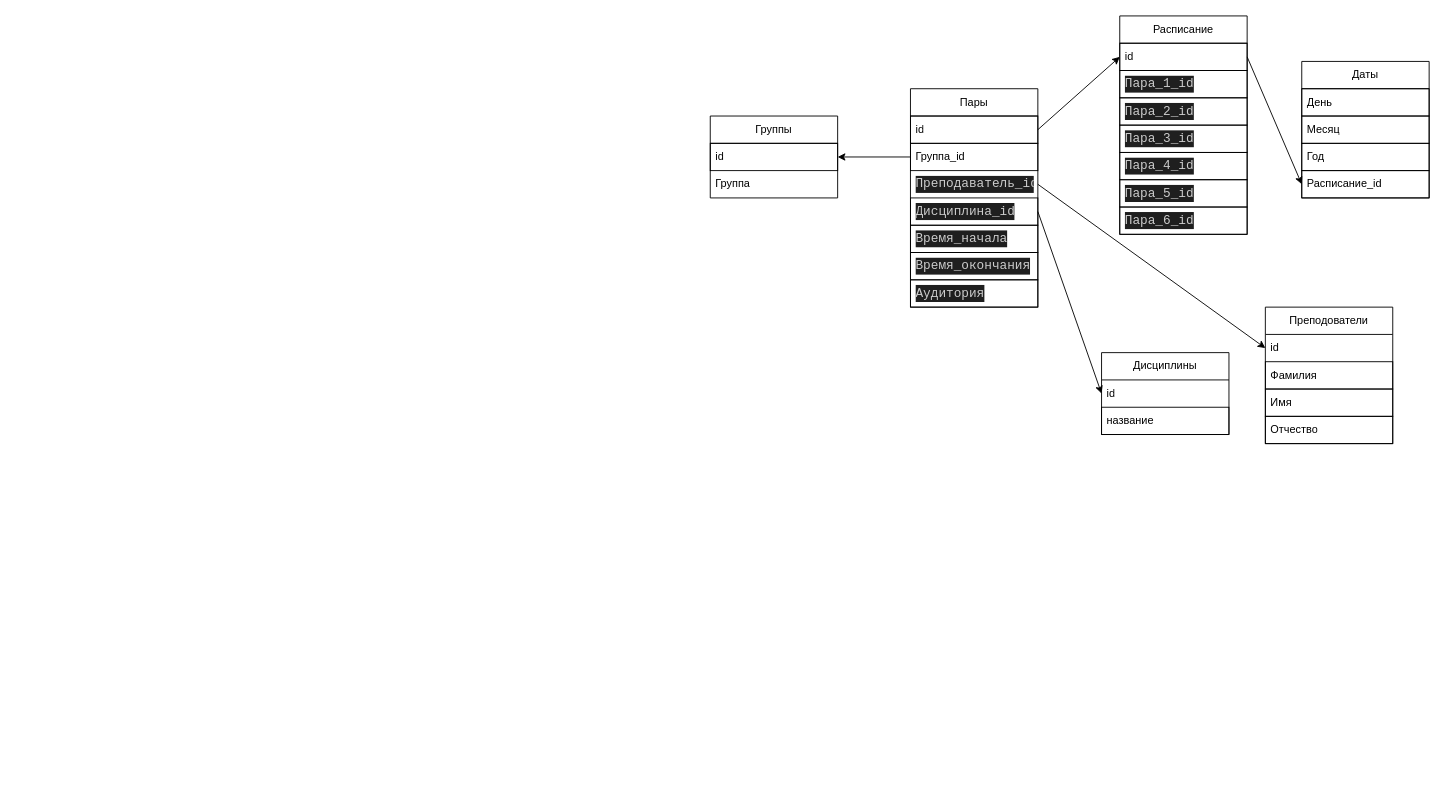
Before: sheme.drawio in N1k100n/tg.bot, a draw.io diagram. Source tidied: cells renumbered, new cells numbered last; positions are measured from the earlier drawing's top-left corner, leaving out a move shared by most shapes. Both pictures are drawn from the tidied source at 91%, with x=0, y=0 at pixel (710, 15).
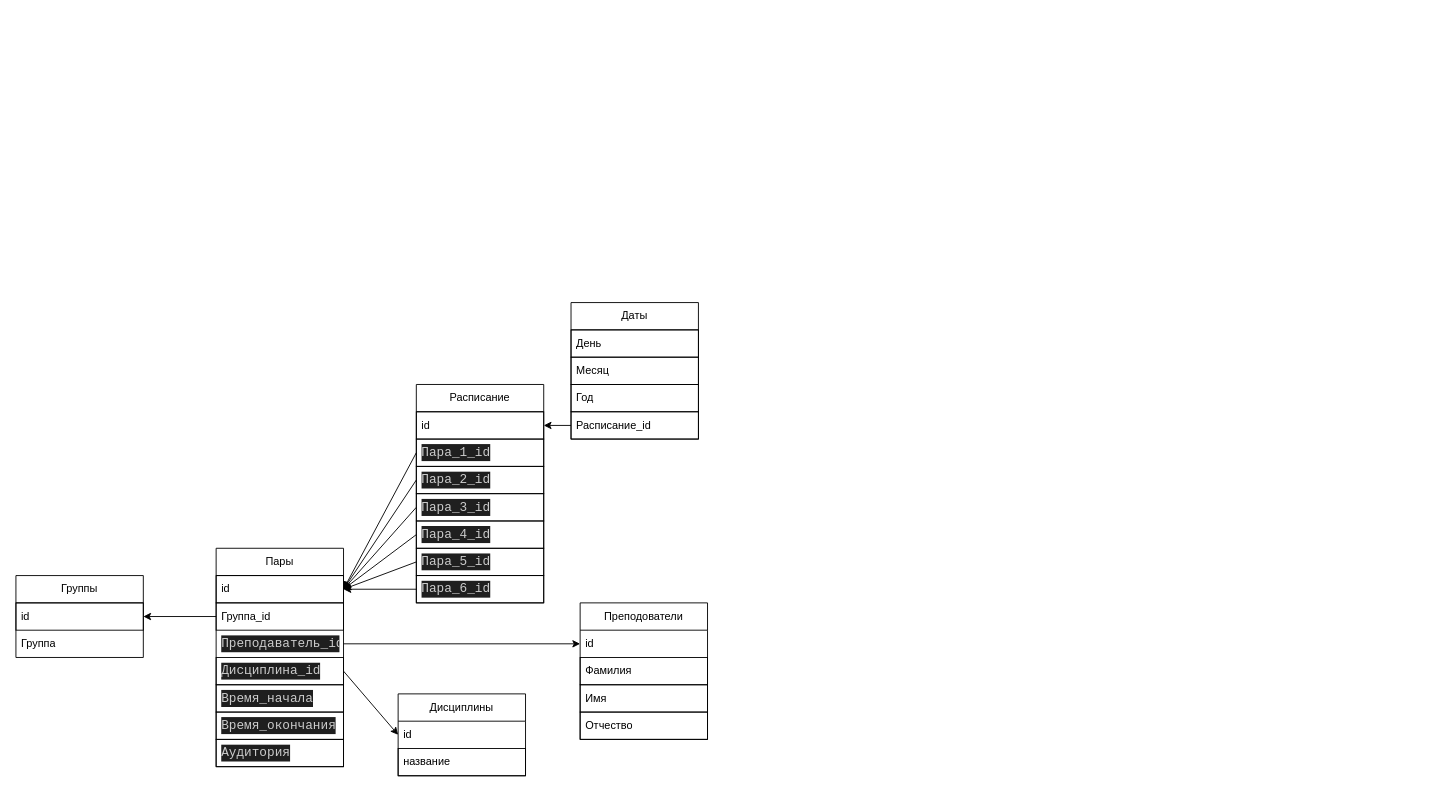
The same page after the edit.

Commit message:
Поменял связи в схеме

Unchanged cells that the change refers to:
```xml
<mxCell id="3" value="id" style="text;strokeColor=default;fillColor=none;align=left;verticalAlign=middle;spacingLeft=4;spacingRight=4;overflow=hidden;points=[[0,0.5],[1,0.5]];portConstraint=eastwest;whiteSpace=wrap;html=1;" parent="2" vertex="1">
  <mxGeometry y="30" width="140" height="30" as="geometry" />
</mxCell>
<mxCell id="4" value="&lt;div style=&quot;color: rgb(204, 204, 204); background-color: rgb(31, 31, 31); font-family: Consolas, &amp;quot;Courier New&amp;quot;, monospace; font-size: 14px; line-height: 19px;&quot;&gt;Пара_1_id&lt;/div&gt;" style="text;strokeColor=default;fillColor=none;align=left;verticalAlign=middle;spacingLeft=4;spacingRight=4;overflow=hidden;points=[[0,0.5],[1,0.5]];portConstraint=eastwest;whiteSpace=wrap;html=1;" parent="2" vertex="1">
  <mxGeometry y="60" width="140" height="30" as="geometry" />
</mxCell>
<mxCell id="5" value="&lt;div style=&quot;color: rgb(204, 204, 204); background-color: rgb(31, 31, 31); font-family: Consolas, &amp;quot;Courier New&amp;quot;, monospace; font-size: 14px; line-height: 19px;&quot;&gt;Пара_2_id&lt;/div&gt;" style="text;strokeColor=default;fillColor=none;align=left;verticalAlign=middle;spacingLeft=4;spacingRight=4;overflow=hidden;points=[[0,0.5],[1,0.5]];portConstraint=eastwest;whiteSpace=wrap;html=1;" parent="2" vertex="1">
  <mxGeometry y="90" width="140" height="30" as="geometry" />
</mxCell>
<mxCell id="6" value="&lt;div style=&quot;color: rgb(204, 204, 204); background-color: rgb(31, 31, 31); font-family: Consolas, &amp;quot;Courier New&amp;quot;, monospace; font-size: 14px; line-height: 19px;&quot;&gt;Пара_3_id&lt;/div&gt;" style="text;strokeColor=default;fillColor=none;align=left;verticalAlign=middle;spacingLeft=4;spacingRight=4;overflow=hidden;points=[[0,0.5],[1,0.5]];portConstraint=eastwest;whiteSpace=wrap;html=1;" parent="2" vertex="1">
  <mxGeometry y="120" width="140" height="30" as="geometry" />
</mxCell>
<mxCell id="7" value="&lt;div style=&quot;color: rgb(204, 204, 204); background-color: rgb(31, 31, 31); font-family: Consolas, &amp;quot;Courier New&amp;quot;, monospace; font-size: 14px; line-height: 19px;&quot;&gt;Пара_4_id&lt;/div&gt;" style="text;strokeColor=default;fillColor=none;align=left;verticalAlign=middle;spacingLeft=4;spacingRight=4;overflow=hidden;points=[[0,0.5],[1,0.5]];portConstraint=eastwest;whiteSpace=wrap;html=1;" parent="2" vertex="1">
  <mxGeometry y="150" width="140" height="30" as="geometry" />
</mxCell>
<mxCell id="8" value="&lt;div style=&quot;color: rgb(204, 204, 204); background-color: rgb(31, 31, 31); font-family: Consolas, &amp;quot;Courier New&amp;quot;, monospace; font-size: 14px; line-height: 19px;&quot;&gt;Пара_5_id&lt;/div&gt;" style="text;strokeColor=default;fillColor=none;align=left;verticalAlign=middle;spacingLeft=4;spacingRight=4;overflow=hidden;points=[[0,0.5],[1,0.5]];portConstraint=eastwest;whiteSpace=wrap;html=1;" parent="2" vertex="1">
  <mxGeometry y="180" width="140" height="30" as="geometry" />
</mxCell>
<mxCell id="9" value="&lt;div style=&quot;color: rgb(204, 204, 204); background-color: rgb(31, 31, 31); font-family: Consolas, &amp;quot;Courier New&amp;quot;, monospace; font-size: 14px; line-height: 19px;&quot;&gt;&lt;div style=&quot;line-height: 19px;&quot;&gt;Пара_6_id&lt;/div&gt;&lt;/div&gt;" style="text;strokeColor=default;fillColor=none;align=left;verticalAlign=middle;spacingLeft=4;spacingRight=4;overflow=hidden;points=[[0,0.5],[1,0.5]];portConstraint=eastwest;whiteSpace=wrap;html=1;" parent="2" vertex="1">
  <mxGeometry y="210" width="140" height="30" as="geometry" />
</mxCell>
<mxCell id="19" value="id" style="text;strokeColor=default;fillColor=none;align=left;verticalAlign=middle;spacingLeft=4;spacingRight=4;overflow=hidden;points=[[0,0.5],[1,0.5]];portConstraint=eastwest;whiteSpace=wrap;html=1;" parent="18" vertex="1">
  <mxGeometry y="30" width="140" height="30" as="geometry" />
</mxCell>
<mxCell id="30" value="Расписание_id" style="text;strokeColor=default;fillColor=none;align=left;verticalAlign=middle;spacingLeft=4;spacingRight=4;overflow=hidden;points=[[0,0.5],[1,0.5]];portConstraint=eastwest;whiteSpace=wrap;html=1;" parent="26" vertex="1">
  <mxGeometry y="120" width="140" height="30" as="geometry" />
</mxCell>
```

Diff of the diagram source:
```diff
@@
     <mxCell id="2" value="Расписание" style="swimlane;fontStyle=0;horizontal=1;startSize=30;whiteSpace=wrap;html=1;" parent="1" vertex="1">
-      <mxGeometry x="450" width="140" height="240" as="geometry" />
+      <mxGeometry x="-323" y="405" width="140" height="240" as="geometry" />
     </mxCell>
@@
     <mxCell id="10" value="Группы" style="swimlane;fontStyle=0;horizontal=1;startSize=30;whiteSpace=wrap;html=1;strokeColor=default;fillColor=default;" parent="1" vertex="1">
-      <mxGeometry y="110" width="140" height="90" as="geometry" />
+      <mxGeometry x="-763" y="615" width="140" height="90" as="geometry" />
     </mxCell>
@@
     <mxCell id="13" value="Преподователи" style="swimlane;fontStyle=0;horizontal=1;startSize=30;whiteSpace=wrap;html=1;strokeColor=default;fillColor=default;" parent="1" vertex="1">
-      <mxGeometry x="610" y="320" width="140" height="150" as="geometry" />
+      <mxGeometry x="-143" y="645" width="140" height="150" as="geometry" />
     </mxCell>
@@
     <mxCell id="18" value="Пары" style="swimlane;fontStyle=0;horizontal=1;startSize=30;whiteSpace=wrap;html=1;strokeColor=default;fillColor=default;" parent="1" vertex="1">
-      <mxGeometry x="220" y="80" width="140" height="240" as="geometry" />
+      <mxGeometry x="-543" y="585" width="140" height="240" as="geometry" />
     </mxCell>
@@
     <mxCell id="26" value="Даты" style="swimlane;fontStyle=0;horizontal=1;startSize=30;whiteSpace=wrap;html=1;strokeColor=default;fillColor=none;" parent="1" vertex="1">
-      <mxGeometry x="650" y="50" width="140" height="150" as="geometry" />
+      <mxGeometry x="-153" y="315" width="140" height="150" as="geometry" />
     </mxCell>
@@
     <mxCell id="31" value="Дисциплины" style="swimlane;fontStyle=0;horizontal=1;startSize=30;whiteSpace=wrap;html=1;strokeColor=default;fillColor=none;" parent="1" vertex="1">
-      <mxGeometry x="430" y="370" width="140" height="90" as="geometry" />
+      <mxGeometry x="-343" y="745" width="140" height="90" as="geometry" />
     </mxCell>
@@
-    <mxCell id="36" style="edgeStyle=none;html=1;exitX=1;exitY=0.5;exitDx=0;exitDy=0;entryX=0;entryY=0.5;entryDx=0;entryDy=0;" parent="1" edge="1" source="3" target="30">
-      <mxGeometry relative="1" as="geometry" />
-    </mxCell>
-    <mxCell id="37" style="edgeStyle=none;html=1;exitX=1;exitY=0.5;exitDx=0;exitDy=0;entryX=0;entryY=0.5;entryDx=0;entryDy=0;" parent="1" edge="1" source="19" target="3">
-      <mxGeometry relative="1" as="geometry" />
-    </mxCell>
@@
+    <mxCell id="39" style="edgeStyle=none;html=1;exitX=0;exitY=0.5;exitDx=0;exitDy=0;entryX=1;entryY=0.5;entryDx=0;entryDy=0;" parent="1" edge="1" source="30" target="3">
+      <mxGeometry relative="1" as="geometry" />
+    </mxCell>
+    <mxCell id="40" style="edgeStyle=none;html=1;exitX=0;exitY=0.5;exitDx=0;exitDy=0;entryX=1;entryY=0.5;entryDx=0;entryDy=0;" parent="1" edge="1" source="4" target="19">
+      <mxGeometry relative="1" as="geometry" />
+    </mxCell>
+    <mxCell id="41" style="edgeStyle=none;html=1;exitX=0;exitY=0.5;exitDx=0;exitDy=0;entryX=1;entryY=0.5;entryDx=0;entryDy=0;" parent="1" edge="1" source="6" target="19">
+      <mxGeometry relative="1" as="geometry" />
+    </mxCell>
+    <mxCell id="42" style="edgeStyle=none;html=1;exitX=0;exitY=0.5;exitDx=0;exitDy=0;entryX=1;entryY=0.5;entryDx=0;entryDy=0;" parent="1" edge="1" source="7" target="19">
+      <mxGeometry relative="1" as="geometry" />
+    </mxCell>
+    <mxCell id="43" style="edgeStyle=none;html=1;exitX=0;exitY=0.5;exitDx=0;exitDy=0;entryX=1;entryY=0.5;entryDx=0;entryDy=0;" parent="1" edge="1" source="8" target="19">
+      <mxGeometry relative="1" as="geometry" />
+    </mxCell>
+    <mxCell id="44" style="edgeStyle=none;html=1;exitX=0;exitY=0.5;exitDx=0;exitDy=0;entryX=1;entryY=0.5;entryDx=0;entryDy=0;" parent="1" edge="1" source="9" target="19">
+      <mxGeometry relative="1" as="geometry" />
+    </mxCell>
+    <mxCell id="45" style="edgeStyle=none;html=1;exitX=0;exitY=0.5;exitDx=0;exitDy=0;entryX=1;entryY=0.5;entryDx=0;entryDy=0;" parent="1" edge="1" source="5" target="19">
+      <mxGeometry relative="1" as="geometry" />
+    </mxCell>
```
